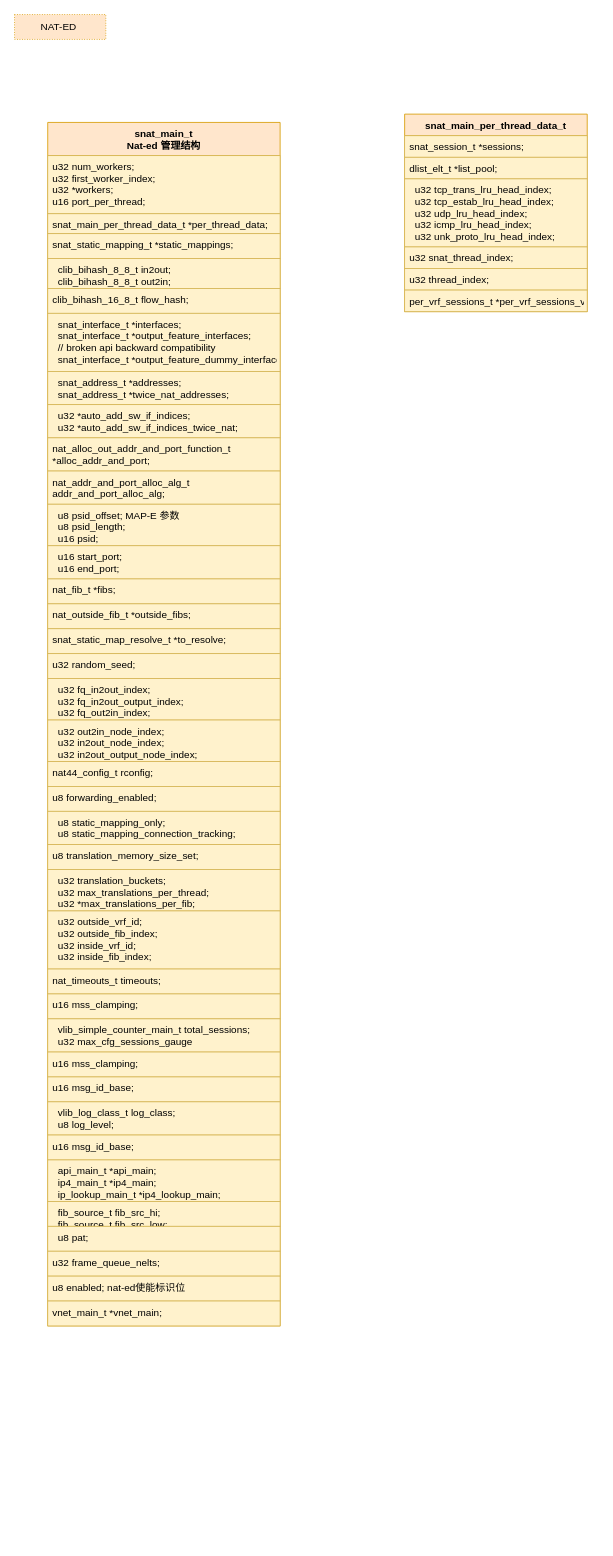
Earlier version of the draw.io diagram new_map/nat.drawio (jin13417/dpdk-vpp-learning). Source tidied: cells renumbered, new cells numbered last; positions are measured from the earlier drawing's top-left corner, leaving out a move shared by most shapes. Both pictures are drawn from the tidied source at 83%, with x=0, y=0 at pixel (14, 14).
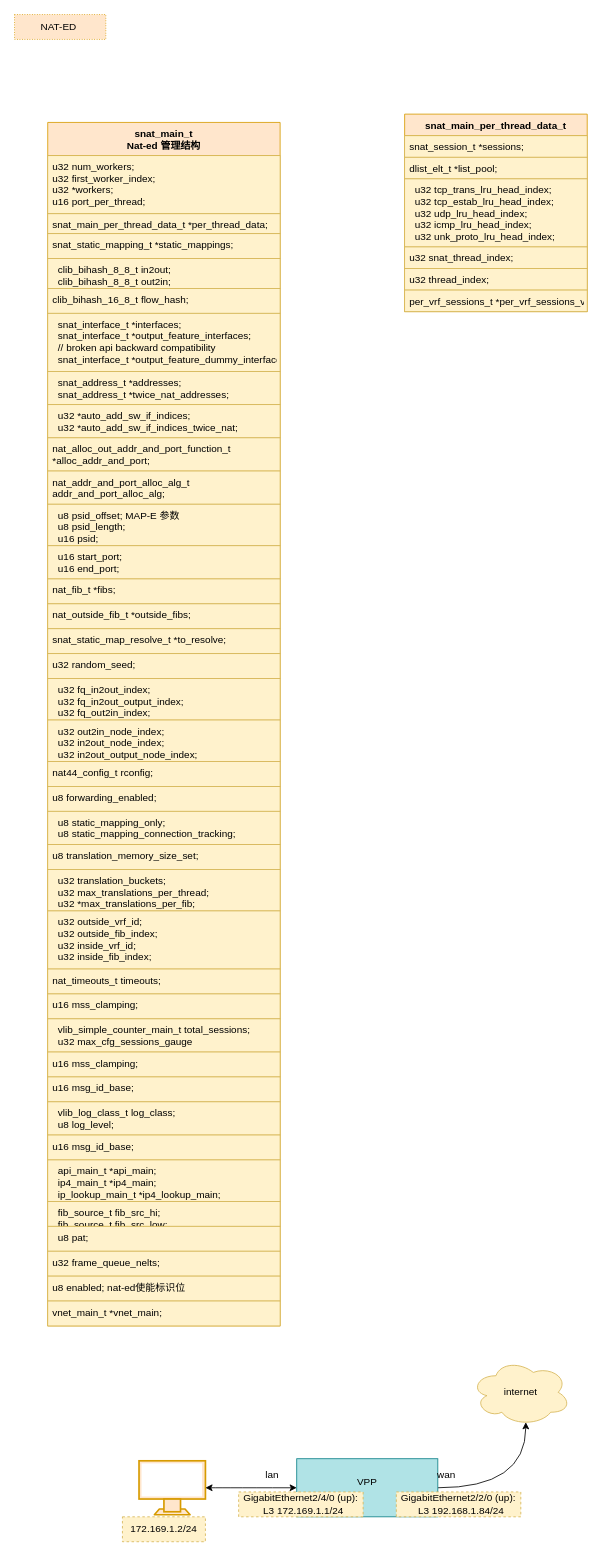
Above is the later version.

Diff of the diagram source:
```diff
@@
+    <mxCell id="48" style="verticalAlign=top;verticalLabelPosition=bottom;labelPosition=center;align=center;html=1;outlineConnect=0;fillColor=#ffe6cc;strokeColor=#d79b00;gradientDirection=north;strokeWidth=2;shape=mxgraph.networks.monitor;" parent="1" vertex="1">
+      <mxGeometry x="150" y="1742.5" width="80" height="65" as="geometry" />
+    </mxCell>
+    <mxCell id="49" style="edgeStyle=orthogonalEdgeStyle;curved=1;rounded=0;jettySize=auto;html=1;exitX=1;exitY=0.5;exitDx=0;exitDy=0;entryX=0.55;entryY=0.95;entryDx=0;entryDy=0;entryPerimeter=0;" parent="1" edge="1" source="50" target="51">
+      <mxGeometry relative="1" as="geometry" />
+    </mxCell>
+    <mxCell id="50" value="VPP&lt;br&gt;&lt;br&gt;" style="rounded=0;whiteSpace=wrap;html=1;strokeColor=#0e8088;fillColor=#b0e3e6;" parent="1" vertex="1">
+      <mxGeometry x="340" y="1740" width="170" height="70" as="geometry" />
+    </mxCell>
+    <mxCell id="51" value="internet" style="ellipse;shape=cloud;whiteSpace=wrap;html=1;strokeColor=#d6b656;fillColor=#fff2cc;" parent="1" vertex="1">
+      <mxGeometry x="550" y="1620" width="120" height="80" as="geometry" />
+    </mxCell>
+    <mxCell id="52" value="&lt;div&gt;GigabitEthernet2/2/0 (up):&lt;/div&gt;&lt;div&gt;&amp;nbsp; L3 192.168.1.84/24&lt;/div&gt;" style="text;html=1;strokeColor=#d6b656;fillColor=#fff2cc;align=center;verticalAlign=middle;whiteSpace=wrap;rounded=0;dashed=1;" parent="1" vertex="1">
+      <mxGeometry x="460" y="1780" width="150" height="30" as="geometry" />
+    </mxCell>
+    <mxCell id="53" value="&lt;div&gt;GigabitEthernet2/4/0 (up):&lt;/div&gt;&lt;div&gt;&amp;nbsp; L3 172.169.1.1/24&lt;/div&gt;" style="text;html=1;strokeColor=#d6b656;fillColor=#fff2cc;align=center;verticalAlign=middle;whiteSpace=wrap;rounded=0;dashed=1;" parent="1" vertex="1">
+      <mxGeometry x="270" y="1780" width="150" height="30" as="geometry" />
+    </mxCell>
+    <mxCell id="54" style="endArrow=classic;startArrow=classic;html=1;rounded=0;curved=1;exitX=1;exitY=0.5;exitDx=0;exitDy=0;exitPerimeter=0;entryX=0;entryY=0.5;entryDx=0;entryDy=0;" parent="1" edge="1" source="48" target="50">
+      <mxGeometry relative="1" as="geometry" />
+    </mxCell>
+    <mxCell id="55" value="wan" style="text;html=1;align=center;verticalAlign=middle;strokeColor=none;fillColor=none;" parent="1" vertex="1">
+      <mxGeometry x="500" y="1750" width="40" height="20" as="geometry" />
+    </mxCell>
+    <mxCell id="56" value="lan" style="text;html=1;align=center;verticalAlign=middle;strokeColor=none;fillColor=none;" parent="1" vertex="1">
+      <mxGeometry x="295" y="1750" width="30" height="20" as="geometry" />
+    </mxCell>
+    <mxCell id="57" value="172.169.1.2/24" style="text;html=1;strokeColor=#d6b656;fillColor=#fff2cc;align=center;verticalAlign=middle;whiteSpace=wrap;rounded=0;dashed=1;" parent="1" vertex="1">
+      <mxGeometry x="130" y="1810" width="100" height="30" as="geometry" />
+    </mxCell>
```
